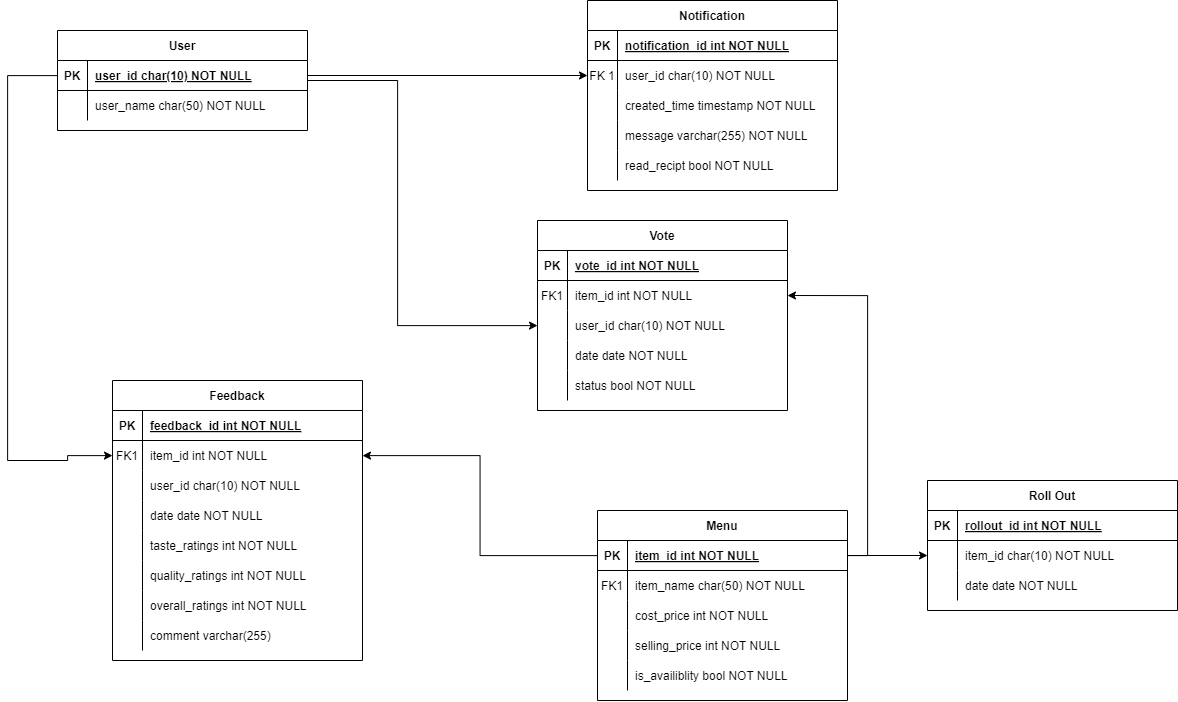
Above: Diagrams/ER Diagram.png in rohitmatade-itt/Cafetria-RecomendationEngine (draw.io), before the change. Source tidied: cells renumbered, new cells last; positions are measured from the earlier drawing's top-left corner, leaving out a move shared by most shapes.
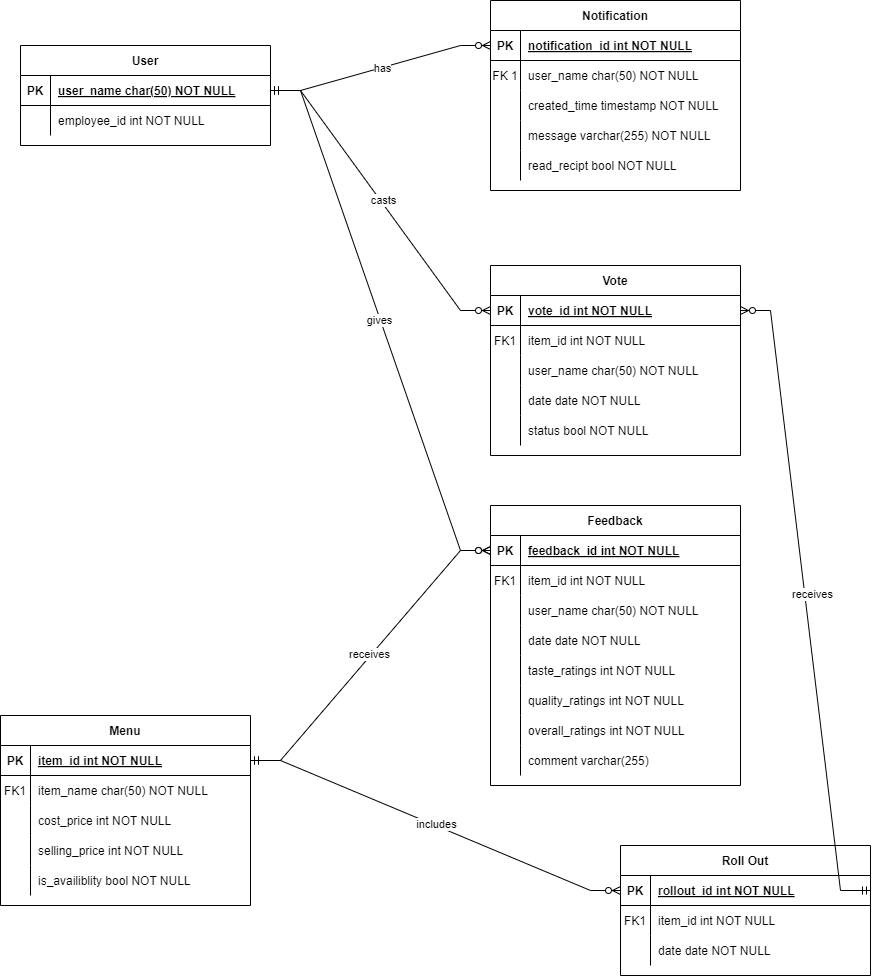
After the change.

Change to the diagram source:
```diff
@@ -3,7 +3,7 @@
     <mxCell id="0" />
     <mxCell id="1" parent="0" />
     <mxCell id="2" value="Menu" style="shape=table;startSize=30;rowLines=0;fontStyle=1;align=center;" parent="1" vertex="1">
-      <mxGeometry x="590" y="510" width="250" height="190" as="geometry" />
+      <mxGeometry x="30" y="700" width="250" height="190" as="geometry" />
     </mxCell>
     <mxCell id="3" style="shape=partialRectangle;fillColor=none;points=[[0,0.5],[1,0.5]];portConstraint=eastwest;top=0;left=0;right=0;bottom=1;" parent="2" vertex="1">
       <mxGeometry y="30" width="250" height="30" as="geometry" />
@@ -50,14 +50,6 @@
     <mxCell id="17" value="is_availiblity bool NOT NULL" style="shape=partialRectangle;overflow=hidden;fillColor=none;top=0;left=0;bottom=0;right=0;align=left;spacingLeft=6;" parent="15" vertex="1">
       <mxGeometry x="30" width="220" height="30" as="geometry" />
     </mxCell>
-    <mxCell id="18" style="edgeStyle=orthogonalEdgeStyle;rounded=0;jettySize=auto;html=1;" parent="1" edge="1" source="19" target="74">
-      <mxGeometry relative="1" as="geometry">
-        <Array as="points">
-          <mxPoint x="390" y="80" />
-          <mxPoint x="390" y="325" />
-        </Array>
-      </mxGeometry>
-    </mxCell>
     <mxCell id="19" value="User" style="shape=table;startSize=30;rowLines=0;fontStyle=1;align=center;" parent="1" vertex="1">
       <mxGeometry x="50" y="30" width="250" height="100" as="geometry" />
     </mxCell>
@@ -67,7 +59,7 @@
     <mxCell id="21" value="PK" style="shape=partialRectangle;overflow=hidden;fillColor=none;top=0;left=0;bottom=0;right=0;fontStyle=1;" parent="20" vertex="1">
       <mxGeometry width="30" height="30" as="geometry" />
     </mxCell>
-    <mxCell id="22" value="user_id char(10) NOT NULL " style="shape=partialRectangle;overflow=hidden;fillColor=none;top=0;left=0;bottom=0;right=0;align=left;spacingLeft=6;fontStyle=5;" parent="20" vertex="1">
+    <mxCell id="22" value="user_name char(50) NOT NULL" style="shape=partialRectangle;overflow=hidden;fillColor=none;top=0;left=0;bottom=0;right=0;align=left;spacingLeft=6;fontStyle=5;" parent="20" vertex="1">
       <mxGeometry x="30" width="220" height="30" as="geometry" />
     </mxCell>
     <mxCell id="23" style="shape=partialRectangle;fillColor=none;top=0;left=0;right=0;bottom=0;" parent="19" vertex="1">
@@ -76,11 +68,11 @@
     <mxCell id="24" style="shape=partialRectangle;overflow=hidden;fillColor=none;top=0;left=0;bottom=0;right=0;" parent="23" vertex="1">
       <mxGeometry width="30" height="30" as="geometry" />
     </mxCell>
-    <mxCell id="25" value="user_name char(50) NOT NULL" style="shape=partialRectangle;overflow=hidden;fillColor=none;top=0;left=0;bottom=0;right=0;align=left;spacingLeft=6;" parent="23" vertex="1">
-      <mxGeometry x="30" width="220" height="30" as="geometry" />
-    </mxCell>
+    <mxCell id="98" value="employee_id int NOT NULL" style="shape=partialRectangle;overflow=hidden;fillColor=none;top=0;left=0;bottom=0;right=0;align=left;spacingLeft=6;" parent="23" vertex="1">
+      <mxGeometry x="30" width="220" height="30" as="geometry" />
+    </mxCell>
     <mxCell id="26" value="Feedback" style="shape=table;startSize=30;rowLines=0;fontStyle=1;align=center;" parent="1" vertex="1">
-      <mxGeometry x="105" y="380" width="250" height="280" as="geometry" />
+      <mxGeometry x="520" y="490" width="250" height="280" as="geometry" />
     </mxCell>
     <mxCell id="27" style="shape=partialRectangle;fillColor=none;points=[[0,0.5],[1,0.5]];portConstraint=eastwest;top=0;left=0;right=0;bottom=1;" parent="26" vertex="1">
       <mxGeometry y="30" width="250" height="30" as="geometry" />
@@ -106,7 +98,7 @@
     <mxCell id="34" style="shape=partialRectangle;overflow=hidden;fillColor=none;top=0;left=0;bottom=0;right=0;" parent="33" vertex="1">
       <mxGeometry width="30" height="30" as="geometry" />
     </mxCell>
-    <mxCell id="35" value="user_id char(10) NOT NULL" style="shape=partialRectangle;overflow=hidden;fillColor=none;top=0;left=0;bottom=0;right=0;align=left;spacingLeft=6;" parent="33" vertex="1">
+    <mxCell id="35" value="user_name char(50) NOT NULL" style="shape=partialRectangle;overflow=hidden;fillColor=none;top=0;left=0;bottom=0;right=0;align=left;spacingLeft=6;" parent="33" vertex="1">
       <mxGeometry x="30" width="220" height="30" as="geometry" />
     </mxCell>
     <mxCell id="36" style="shape=partialRectangle;fillColor=none;top=0;left=0;right=0;bottom=0;" parent="26" vertex="1">
@@ -155,7 +147,7 @@
       <mxGeometry x="30" width="220" height="30" as="geometry" />
     </mxCell>
     <mxCell id="51" value="Notification" style="shape=table;startSize=30;rowLines=0;fontStyle=1;align=center;" parent="1" vertex="1">
-      <mxGeometry x="580" width="250" height="190" as="geometry" />
+      <mxGeometry x="520" y="-15" width="250" height="190" as="geometry" />
     </mxCell>
     <mxCell id="52" style="shape=partialRectangle;fillColor=none;points=[[0,0.5],[1,0.5]];portConstraint=eastwest;top=0;left=0;right=0;bottom=1;" parent="51" vertex="1">
       <mxGeometry y="30" width="250" height="30" as="geometry" />
@@ -172,7 +164,7 @@
     <mxCell id="56" value="FK 1" style="shape=partialRectangle;overflow=hidden;fillColor=none;top=0;left=0;bottom=0;right=0;" parent="55" vertex="1">
       <mxGeometry width="30" height="30" as="geometry" />
     </mxCell>
-    <mxCell id="57" value="user_id char(10) NOT NULL" style="shape=partialRectangle;overflow=hidden;fillColor=none;top=0;left=0;bottom=0;right=0;align=left;spacingLeft=6;" parent="55" vertex="1">
+    <mxCell id="57" value="user_name char(50) NOT NULL" style="shape=partialRectangle;overflow=hidden;fillColor=none;top=0;left=0;bottom=0;right=0;align=left;spacingLeft=6;" parent="55" vertex="1">
       <mxGeometry x="30" width="220" height="30" as="geometry" />
     </mxCell>
     <mxCell id="58" style="shape=partialRectangle;fillColor=none;top=0;left=0;right=0;bottom=0;" parent="51" vertex="1">
@@ -203,7 +195,7 @@
       <mxGeometry x="30" width="220" height="30" as="geometry" />
     </mxCell>
     <mxCell id="67" value="Vote" style="shape=table;startSize=30;rowLines=0;fontStyle=1;align=center;" parent="1" vertex="1">
-      <mxGeometry x="530" y="220" width="250" height="190" as="geometry" />
+      <mxGeometry x="520" y="250" width="250" height="190" as="geometry" />
     </mxCell>
     <mxCell id="68" style="shape=partialRectangle;fillColor=none;points=[[0,0.5],[1,0.5]];portConstraint=eastwest;top=0;left=0;right=0;bottom=1;" parent="67" vertex="1">
       <mxGeometry y="30" width="250" height="30" as="geometry" />
@@ -229,7 +221,7 @@
     <mxCell id="75" style="shape=partialRectangle;overflow=hidden;fillColor=none;top=0;left=0;bottom=0;right=0;" parent="74" vertex="1">
       <mxGeometry width="30" height="30" as="geometry" />
     </mxCell>
-    <mxCell id="76" value="user_id char(10) NOT NULL" style="shape=partialRectangle;overflow=hidden;fillColor=none;top=0;left=0;bottom=0;right=0;align=left;spacingLeft=6;" parent="74" vertex="1">
+    <mxCell id="76" value="user_name char(50) NOT NULL" style="shape=partialRectangle;overflow=hidden;fillColor=none;top=0;left=0;bottom=0;right=0;align=left;spacingLeft=6;" parent="74" vertex="1">
       <mxGeometry x="30" width="220" height="30" as="geometry" />
     </mxCell>
     <mxCell id="77" style="shape=partialRectangle;fillColor=none;top=0;left=0;right=0;bottom=0;" parent="67" vertex="1">
@@ -251,7 +243,7 @@
       <mxGeometry x="30" width="220" height="30" as="geometry" />
     </mxCell>
     <mxCell id="83" value="Roll Out" style="shape=table;startSize=30;rowLines=0;fontStyle=1;align=center;" parent="1" vertex="1">
-      <mxGeometry x="920" y="480" width="250" height="130" as="geometry" />
+      <mxGeometry x="650" y="830" width="250" height="130" as="geometry" />
     </mxCell>
     <mxCell id="84" style="shape=partialRectangle;fillColor=none;points=[[0,0.5],[1,0.5]];portConstraint=eastwest;top=0;left=0;right=0;bottom=1;" parent="83" vertex="1">
       <mxGeometry y="30" width="250" height="30" as="geometry" />
@@ -265,10 +257,10 @@
     <mxCell id="87" style="shape=partialRectangle;fillColor=none;points=[[0,0.5],[1,0.5]];portConstraint=eastwest;top=0;left=0;right=0;bottom=0;" parent="83" vertex="1">
       <mxGeometry y="60" width="250" height="30" as="geometry" />
     </mxCell>
-    <mxCell id="88" style="shape=partialRectangle;overflow=hidden;fillColor=none;top=0;left=0;bottom=0;right=0;" parent="87" vertex="1">
+    <mxCell id="88" value="FK1" style="shape=partialRectangle;overflow=hidden;fillColor=none;top=0;left=0;bottom=0;right=0;" parent="87" vertex="1">
       <mxGeometry width="30" height="30" as="geometry" />
     </mxCell>
-    <mxCell id="89" value="item_id char(10) NOT NULL" style="shape=partialRectangle;overflow=hidden;fillColor=none;top=0;left=0;bottom=0;right=0;align=left;spacingLeft=6;" parent="87" vertex="1">
+    <mxCell id="89" value="item_id int NOT NULL" style="shape=partialRectangle;overflow=hidden;fillColor=none;top=0;left=0;bottom=0;right=0;align=left;spacingLeft=6;" parent="87" vertex="1">
       <mxGeometry x="30" width="220" height="30" as="geometry" />
     </mxCell>
     <mxCell id="90" style="shape=partialRectangle;fillColor=none;top=0;left=0;right=0;bottom=0;" parent="83" vertex="1">
@@ -280,32 +272,47 @@
     <mxCell id="92" value="date date NOT NULL" style="shape=partialRectangle;overflow=hidden;fillColor=none;top=0;left=0;bottom=0;right=0;align=left;spacingLeft=6;" parent="90" vertex="1">
       <mxGeometry x="30" width="220" height="30" as="geometry" />
     </mxCell>
-    <mxCell id="93" style="edgeStyle=orthogonalEdgeStyle;rounded=0;jettySize=auto;html=1;entryX=0;entryY=0.5;entryDx=0;entryDy=0;" parent="1" edge="1" source="20" target="55">
-      <mxGeometry relative="1" as="geometry" />
-    </mxCell>
-    <mxCell id="94" style="edgeStyle=orthogonalEdgeStyle;rounded=0;jettySize=auto;html=1;" parent="1" edge="1" source="3" target="30">
-      <mxGeometry relative="1" as="geometry" />
-    </mxCell>
-    <mxCell id="95" style="edgeStyle=orthogonalEdgeStyle;rounded=0;jettySize=auto;html=1;entryX=0;entryY=0.5;entryDx=0;entryDy=0;" parent="1" edge="1" source="3" target="87">
-      <mxGeometry relative="1" as="geometry" />
-    </mxCell>
-    <mxCell id="96" style="edgeStyle=orthogonalEdgeStyle;rounded=0;jettySize=auto;html=1;" parent="1" edge="1" source="20" target="30">
-      <mxGeometry relative="1" as="geometry">
-        <Array as="points">
-          <mxPoint y="75" />
-          <mxPoint y="460" />
-          <mxPoint x="60" y="460" />
-          <mxPoint x="60" y="455" />
-        </Array>
-      </mxGeometry>
-    </mxCell>
-    <mxCell id="97" style="edgeStyle=orthogonalEdgeStyle;rounded=0;jettySize=auto;html=1;entryX=1;entryY=0.5;entryDx=0;entryDy=0;" parent="1" edge="1" source="3" target="71">
-      <mxGeometry relative="1" as="geometry">
-        <Array as="points">
-          <mxPoint x="860" y="555" />
-          <mxPoint x="860" y="295" />
-        </Array>
-      </mxGeometry>
-    </mxCell>
+    <mxCell id="99" style="edgeStyle=entityRelationEdgeStyle;fontSize=12;html=1;endArrow=ERzeroToMany;startArrow=ERmandOne;rounded=0;exitX=1;exitY=0.5;exitDx=0;exitDy=0;entryX=0;entryY=0.5;entryDx=0;entryDy=0;" parent="1" edge="1" source="20" target="52">
+      <mxGeometry relative="1" as="geometry" />
+    </mxCell>
+    <mxCell id="100" value="has" style="edgeLabel;html=1;align=center;verticalAlign=middle;" parent="99" vertex="1">
+      <mxGeometry y="-3" relative="1" as="geometry">
+        <mxPoint y="-3" as="offset" />
+      </mxGeometry>
+    </mxCell>
+    <mxCell id="101" style="edgeStyle=entityRelationEdgeStyle;fontSize=12;html=1;endArrow=ERzeroToMany;startArrow=ERmandOne;rounded=0;exitX=1;exitY=0.5;exitDx=0;exitDy=0;" parent="1" edge="1" source="20" target="68">
+      <mxGeometry relative="1" as="geometry" />
+    </mxCell>
+    <mxCell id="102" value="casts" style="edgeLabel;html=1;align=center;verticalAlign=middle;" parent="101" vertex="1">
+      <mxGeometry x="0.01" y="2" relative="1" as="geometry" />
+    </mxCell>
+    <mxCell id="103" style="edgeStyle=entityRelationEdgeStyle;fontSize=12;html=1;endArrow=ERzeroToMany;startArrow=ERmandOne;rounded=0;exitX=1;exitY=0.5;exitDx=0;exitDy=0;entryX=0;entryY=0.5;entryDx=0;entryDy=0;" parent="1" edge="1" source="20" target="27">
+      <mxGeometry relative="1" as="geometry" />
+    </mxCell>
+    <mxCell id="104" value="gives" style="edgeLabel;html=1;align=center;verticalAlign=middle;" parent="103" vertex="1">
+      <mxGeometry y="-1" relative="1" as="geometry" />
+    </mxCell>
+    <mxCell id="105" style="edgeStyle=entityRelationEdgeStyle;fontSize=12;html=1;endArrow=ERzeroToMany;startArrow=ERmandOne;rounded=0;exitX=1;exitY=0.5;exitDx=0;exitDy=0;entryX=0;entryY=0.5;entryDx=0;entryDy=0;" parent="1" edge="1" source="3" target="84">
+      <mxGeometry relative="1" as="geometry" />
+    </mxCell>
+    <mxCell id="106" value="includes" style="edgeLabel;html=1;align=center;verticalAlign=middle;" parent="105" vertex="1">
+      <mxGeometry y="2" relative="1" as="geometry" />
+    </mxCell>
+    <mxCell id="107" style="edgeStyle=entityRelationEdgeStyle;fontSize=12;html=1;endArrow=ERzeroToMany;startArrow=ERmandOne;rounded=0;exitX=1;exitY=0.5;exitDx=0;exitDy=0;entryX=0;entryY=0.5;entryDx=0;entryDy=0;" parent="1" edge="1" source="3" target="27">
+      <mxGeometry relative="1" as="geometry" />
+    </mxCell>
+    <mxCell id="108" value="receives" style="edgeLabel;html=1;align=center;verticalAlign=middle;" parent="107" vertex="1">
+      <mxGeometry y="3" relative="1" as="geometry">
+        <mxPoint x="1" as="offset" />
+      </mxGeometry>
+    </mxCell>
+    <mxCell id="109" style="edgeStyle=entityRelationEdgeStyle;fontSize=12;html=1;endArrow=ERzeroToMany;startArrow=ERmandOne;rounded=0;entryX=1;entryY=0.5;entryDx=0;entryDy=0;exitX=1;exitY=0.5;exitDx=0;exitDy=0;" parent="1" edge="1" source="84" target="68">
+      <mxGeometry relative="1" as="geometry" />
+    </mxCell>
+    <mxCell id="110" value="receives" style="edgeLabel;html=1;align=center;verticalAlign=middle;" parent="109" vertex="1">
+      <mxGeometry x="0.01" y="-7" relative="1" as="geometry">
+        <mxPoint y="-1" as="offset" />
+      </mxGeometry>
+    </mxCell>
   </root>
 </mxGraphModel>
```
